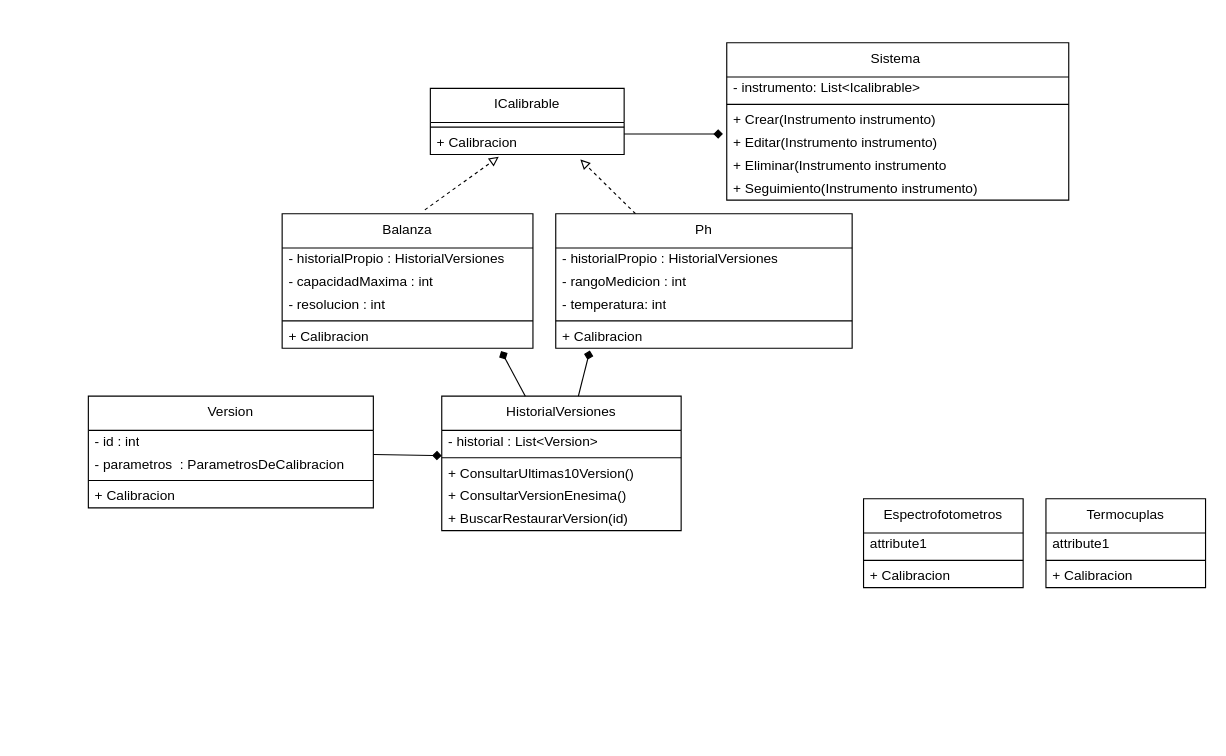
This is clase_24/test1.dio from EdgarSteinberg/programacion-2-repaso, a draw.io file, before an edit. Source tidied: cells renumbered, new cells numbered last; positions are measured from the earlier drawing's top-left corner, leaving out a move shared by most shapes. Both pictures are drawn from the tidied source at 114%, with x=0, y=0 at pixel (88, 42).
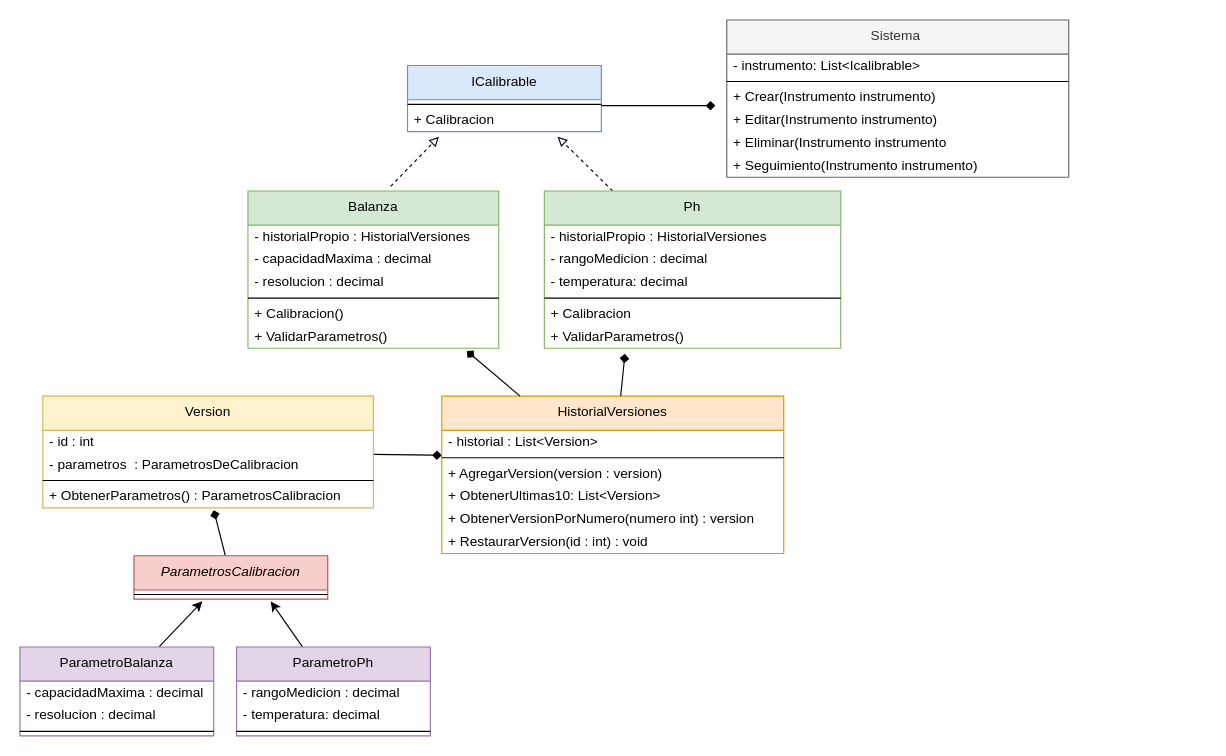
The same diagram, later.

Commit message:
diagrama de clases ejercicio 1 parcial 2

The change refers to these unchanged cells:
```xml
<mxCell id="22" value="+ Calibracion" style="text;html=1;strokeColor=none;fillColor=none;align=left;verticalAlign=middle;spacingLeft=4;spacingRight=4;overflow=hidden;points=[[0,0.5],[1,0.5]];portConstraint=eastwest;whiteSpace=wrap;" parent="17" vertex="1">
  <mxGeometry y="98" width="260" height="20" as="geometry" />
</mxCell>
<mxCell id="33" value="+ Calibracion" style="text;html=1;strokeColor=none;fillColor=none;align=left;verticalAlign=middle;spacingLeft=4;spacingRight=4;overflow=hidden;points=[[0,0.5],[1,0.5]];portConstraint=eastwest;whiteSpace=wrap;" parent="31" vertex="1">
  <mxGeometry y="38" width="170" height="20" as="geometry" />
</mxCell>
```

The edit, as a diff of the source:
```diff
@@
-    <mxCell id="2" value="Sistema&amp;nbsp;" style="swimlane;fontStyle=0;align=center;verticalAlign=top;horizontal=1;startSize=30;html=1;whiteSpace=wrap;" parent="1" vertex="1">
-      <mxGeometry x="560" width="300" height="138" as="geometry" />
+    <mxCell id="2" value="Sistema&amp;nbsp;" style="swimlane;fontStyle=0;align=center;verticalAlign=top;horizontal=1;startSize=30;html=1;whiteSpace=wrap;fillColor=#f5f5f5;fontColor=#333333;strokeColor=#666666;" parent="1" vertex="1">
+      <mxGeometry x="560" y="-20" width="300" height="138" as="geometry" />
     </mxCell>
@@
-    <mxCell id="9" style="edgeStyle=none;html=1;exitX=0.569;exitY=-0.029;exitDx=0;exitDy=0;exitPerimeter=0;dashed=1;endArrow=block;endFill=0;" parent="1" edge="1" source="10">
-      <mxGeometry relative="1" as="geometry">
-        <mxPoint x="360" y="100" as="targetPoint" />
-      </mxGeometry>
+    <mxCell id="9" style="edgeStyle=none;html=1;exitX=0.569;exitY=-0.029;exitDx=0;exitDy=0;exitPerimeter=0;dashed=1;endArrow=block;endFill=0;entryX=0.162;entryY=1.22;entryDx=0;entryDy=0;entryPerimeter=0;" parent="1" edge="1" source="10" target="33">
+      <mxGeometry relative="1" as="geometry" />
     </mxCell>
-    <mxCell id="10" value="Balanza" style="swimlane;fontStyle=0;align=center;verticalAlign=top;horizontal=1;startSize=30;html=1;whiteSpace=wrap;" parent="1" vertex="1">
-      <mxGeometry x="170" y="150" width="220" height="118" as="geometry" />
+    <mxCell id="10" value="Balanza" style="swimlane;fontStyle=0;align=center;verticalAlign=top;horizontal=1;startSize=30;html=1;whiteSpace=wrap;fillColor=#d5e8d4;strokeColor=#82b366;" parent="1" vertex="1">
+      <mxGeometry x="140" y="130" width="220" height="138" as="geometry" />
     </mxCell>
@@
-    <mxCell id="12" value="- capacidadMaxima : int" style="text;html=1;strokeColor=none;fillColor=none;align=left;verticalAlign=middle;spacingLeft=4;spacingRight=4;overflow=hidden;whiteSpace=wrap;" parent="10" vertex="1">
+    <mxCell id="12" value="- capacidadMaxima : decimal" style="text;html=1;strokeColor=none;fillColor=none;align=left;verticalAlign=middle;spacingLeft=4;spacingRight=4;overflow=hidden;whiteSpace=wrap;" parent="10" vertex="1">
       <mxGeometry y="50" width="220" height="20" as="geometry" />
     </mxCell>
-    <mxCell id="13" value="- resolucion : int" style="text;html=1;strokeColor=none;fillColor=none;align=left;verticalAlign=middle;spacingLeft=4;spacingRight=4;overflow=hidden;whiteSpace=wrap;" parent="10" vertex="1">
+    <mxCell id="13" value="- resolucion :&amp;nbsp;&lt;span style=&quot;color: rgb(0, 0, 0);&quot;&gt;decimal&lt;/span&gt;" style="text;html=1;strokeColor=none;fillColor=none;align=left;verticalAlign=middle;spacingLeft=4;spacingRight=4;overflow=hidden;whiteSpace=wrap;" parent="10" vertex="1">
       <mxGeometry y="70" width="220" height="20" as="geometry" />
     </mxCell>
@@
+    <mxCell id="49" value="+ Calibracion()" style="text;html=1;strokeColor=none;fillColor=none;align=left;verticalAlign=middle;spacingLeft=4;spacingRight=4;overflow=hidden;whiteSpace=wrap;" parent="10" vertex="1">
+      <mxGeometry y="98" width="220" height="20" as="geometry" />
+    </mxCell>
-    <mxCell id="15" value="+ Calibracion" style="text;html=1;strokeColor=none;fillColor=none;align=left;verticalAlign=middle;spacingLeft=4;spacingRight=4;overflow=hidden;points=[[0,0.5],[1,0.5]];portConstraint=eastwest;whiteSpace=wrap;" parent="10" vertex="1">
-      <mxGeometry y="98" width="220" height="20" as="geometry" />
+    <mxCell id="15" value="+ ValidarParametros()" style="text;html=1;strokeColor=none;fillColor=none;align=left;verticalAlign=middle;spacingLeft=4;spacingRight=4;overflow=hidden;points=[[0,0.5],[1,0.5]];portConstraint=eastwest;whiteSpace=wrap;" parent="10" vertex="1">
+      <mxGeometry y="118" width="220" height="20" as="geometry" />
     </mxCell>
@@
-    <mxCell id="17" value="Ph" style="swimlane;fontStyle=0;align=center;verticalAlign=top;horizontal=1;startSize=30;html=1;whiteSpace=wrap;" parent="1" vertex="1">
-      <mxGeometry x="410" y="150" width="260" height="118" as="geometry" />
+    <mxCell id="17" value="Ph" style="swimlane;fontStyle=0;align=center;verticalAlign=top;horizontal=1;startSize=30;html=1;whiteSpace=wrap;fillColor=#d5e8d4;strokeColor=#82b366;" parent="1" vertex="1">
+      <mxGeometry x="400" y="130" width="260" height="138" as="geometry" />
     </mxCell>
@@
-    <mxCell id="19" value="- rangoMedicion : int" style="text;html=1;strokeColor=none;fillColor=none;align=left;verticalAlign=middle;spacingLeft=4;spacingRight=4;overflow=hidden;whiteSpace=wrap;" parent="17" vertex="1">
+    <mxCell id="19" value="- rangoMedicion :&amp;nbsp;&lt;span style=&quot;color: rgb(0, 0, 0);&quot;&gt;decimal&lt;/span&gt;" style="text;html=1;strokeColor=none;fillColor=none;align=left;verticalAlign=middle;spacingLeft=4;spacingRight=4;overflow=hidden;whiteSpace=wrap;" parent="17" vertex="1">
       <mxGeometry y="50" width="260" height="20" as="geometry" />
     </mxCell>
-    <mxCell id="20" value="- temperatura: int" style="text;html=1;strokeColor=none;fillColor=none;align=left;verticalAlign=middle;spacingLeft=4;spacingRight=4;overflow=hidden;whiteSpace=wrap;" parent="17" vertex="1">
+    <mxCell id="20" value="- temperatura:&amp;nbsp;&lt;span style=&quot;color: rgb(0, 0, 0);&quot;&gt;decimal&lt;/span&gt;" style="text;html=1;strokeColor=none;fillColor=none;align=left;verticalAlign=middle;spacingLeft=4;spacingRight=4;overflow=hidden;whiteSpace=wrap;" parent="17" vertex="1">
       <mxGeometry y="70" width="260" height="20" as="geometry" />
     </mxCell>
@@
-    <mxCell id="23" value="Espectrofotometros" style="swimlane;fontStyle=0;align=center;verticalAlign=top;horizontal=1;startSize=30;html=1;whiteSpace=wrap;" parent="1" vertex="1">
-      <mxGeometry x="680" y="400" width="140" height="78" as="geometry" />
-    </mxCell>
-    <mxCell id="24" value="attribute1" style="text;html=1;strokeColor=none;fillColor=none;align=left;verticalAlign=middle;spacingLeft=4;spacingRight=4;overflow=hidden;whiteSpace=wrap;" parent="23" vertex="1">
-      <mxGeometry y="30" width="140" height="20" as="geometry" />
-    </mxCell>
-    <mxCell id="25" style="line;strokeWidth=1;fillColor=none;align=left;verticalAlign=middle;spacingTop=-1;spacingLeft=3;spacingRight=3;labelPosition=right;" parent="23" vertex="1">
-      <mxGeometry y="50" width="140" height="8" as="geometry" />
-    </mxCell>
-    <mxCell id="26" value="+ Calibracion" style="text;html=1;strokeColor=none;fillColor=none;align=left;verticalAlign=middle;spacingLeft=4;spacingRight=4;overflow=hidden;whiteSpace=wrap;" parent="23" vertex="1">
-      <mxGeometry y="58" width="140" height="20" as="geometry" />
-    </mxCell>
-    <mxCell id="27" value="Termocuplas" style="swimlane;fontStyle=0;align=center;verticalAlign=top;horizontal=1;startSize=30;html=1;whiteSpace=wrap;" parent="1" vertex="1">
-      <mxGeometry x="840" y="400" width="140" height="78" as="geometry" />
-    </mxCell>
-    <mxCell id="28" value="attribute1" style="text;html=1;strokeColor=none;fillColor=none;align=left;verticalAlign=middle;spacingLeft=4;spacingRight=4;overflow=hidden;whiteSpace=wrap;" parent="27" vertex="1">
-      <mxGeometry y="30" width="140" height="20" as="geometry" />
-    </mxCell>
-    <mxCell id="29" style="line;strokeWidth=1;fillColor=none;align=left;verticalAlign=middle;spacingTop=-1;spacingLeft=3;spacingRight=3;labelPosition=right;" parent="27" vertex="1">
-      <mxGeometry y="50" width="140" height="8" as="geometry" />
-    </mxCell>
-    <mxCell id="30" value="+ Calibracion" style="text;html=1;strokeColor=none;fillColor=none;align=left;verticalAlign=middle;spacingLeft=4;spacingRight=4;overflow=hidden;whiteSpace=wrap;" parent="27" vertex="1">
-      <mxGeometry y="58" width="140" height="20" as="geometry" />
-    </mxCell>
+    <mxCell id="50" value="+ ValidarParametros()" style="text;html=1;strokeColor=none;fillColor=none;align=left;verticalAlign=middle;spacingLeft=4;spacingRight=4;overflow=hidden;points=[[0,0.5],[1,0.5]];portConstraint=eastwest;whiteSpace=wrap;" parent="17" vertex="1">
+      <mxGeometry y="118" width="260" height="20" as="geometry" />
+    </mxCell>
-    <mxCell id="31" value="ICalibrable" style="swimlane;fontStyle=0;align=center;verticalAlign=top;horizontal=1;startSize=30;html=1;whiteSpace=wrap;" parent="1" vertex="1">
-      <mxGeometry x="300" y="40" width="170" height="58" as="geometry" />
+    <mxCell id="31" value="ICalibrable" style="swimlane;fontStyle=0;align=center;verticalAlign=top;horizontal=1;startSize=30;html=1;whiteSpace=wrap;fillColor=#dae8fc;strokeColor=#6c8ebf;" parent="1" vertex="1">
+      <mxGeometry x="280" y="20" width="170" height="58" as="geometry" />
     </mxCell>
@@
-    <mxCell id="35" value="Version" style="swimlane;fontStyle=0;align=center;verticalAlign=top;horizontal=1;startSize=30;html=1;whiteSpace=wrap;" parent="1" vertex="1">
-      <mxGeometry y="310" width="250" height="98" as="geometry" />
+    <mxCell id="35" value="Version" style="swimlane;fontStyle=0;align=center;verticalAlign=top;horizontal=1;startSize=30;html=1;whiteSpace=wrap;fillColor=#fff2cc;strokeColor=#d6b656;" parent="1" vertex="1">
+      <mxGeometry x="-40" y="310" width="290" height="98" as="geometry" />
     </mxCell>
     <mxCell id="36" value="- id : int" style="text;html=1;strokeColor=none;fillColor=none;align=left;verticalAlign=middle;spacingLeft=4;spacingRight=4;overflow=hidden;whiteSpace=wrap;" parent="35" vertex="1">
-      <mxGeometry y="30" width="250" height="20" as="geometry" />
+      <mxGeometry y="30" width="290" height="20" as="geometry" />
     </mxCell>
     <mxCell id="37" value="- parametros&amp;nbsp; : ParametrosDeCalibracion" style="text;html=1;strokeColor=none;fillColor=none;align=left;verticalAlign=middle;spacingLeft=4;spacingRight=4;overflow=hidden;whiteSpace=wrap;" parent="35" vertex="1">
-      <mxGeometry y="50" width="250" height="20" as="geometry" />
+      <mxGeometry y="50" width="290" height="20" as="geometry" />
     </mxCell>
     <mxCell id="38" style="line;strokeWidth=1;fillColor=none;align=left;verticalAlign=middle;spacingTop=-1;spacingLeft=3;spacingRight=3;labelPosition=right;" parent="35" vertex="1">
-      <mxGeometry y="70" width="250" height="8" as="geometry" />
+      <mxGeometry y="70" width="290" height="8" as="geometry" />
     </mxCell>
-    <mxCell id="39" value="+ Calibracion" style="text;html=1;strokeColor=none;fillColor=none;align=left;verticalAlign=middle;spacingLeft=4;spacingRight=4;overflow=hidden;whiteSpace=wrap;" parent="35" vertex="1">
-      <mxGeometry y="78" width="250" height="20" as="geometry" />
+    <mxCell id="39" value="+ ObtenerParametros() : ParametrosCalibracion" style="text;html=1;strokeColor=none;fillColor=none;align=left;verticalAlign=middle;spacingLeft=4;spacingRight=4;overflow=hidden;whiteSpace=wrap;" parent="35" vertex="1">
+      <mxGeometry y="78" width="290" height="20" as="geometry" />
     </mxCell>
-    <mxCell id="40" style="edgeStyle=none;html=1;endArrow=diamond;endFill=1;" parent="1" edge="1">
+    <mxCell id="40" style="edgeStyle=none;html=1;endArrow=diamond;endFill=1;exitX=1;exitY=-0.14;exitDx=0;exitDy=0;exitPerimeter=0;" parent="1" edge="1" source="33">
       <mxGeometry relative="1" as="geometry">
-        <mxPoint x="470" y="80" as="sourcePoint" />
-        <mxPoint x="556.7" y="80" as="targetPoint" />
+        <mxPoint x="550" y="55.2" as="targetPoint" />
       </mxGeometry>
     </mxCell>
-    <mxCell id="41" value="HistorialVersiones" style="swimlane;fontStyle=0;align=center;verticalAlign=top;horizontal=1;startSize=30;html=1;whiteSpace=wrap;" parent="1" vertex="1">
-      <mxGeometry x="310" y="310" width="210" height="118" as="geometry" />
+    <mxCell id="41" value="HistorialVersiones" style="swimlane;fontStyle=0;align=center;verticalAlign=top;horizontal=1;startSize=30;html=1;whiteSpace=wrap;fillColor=#ffe6cc;strokeColor=#d79b00;" parent="1" vertex="1">
+      <mxGeometry x="310" y="310" width="300" height="138" as="geometry" />
     </mxCell>
     <mxCell id="42" value="- historial : List&amp;lt;Version&amp;gt;" style="text;html=1;strokeColor=none;fillColor=none;align=left;verticalAlign=middle;spacingLeft=4;spacingRight=4;overflow=hidden;whiteSpace=wrap;" parent="41" vertex="1">
-      <mxGeometry y="30" width="210" height="20" as="geometry" />
+      <mxGeometry y="30" width="300" height="20" as="geometry" />
     </mxCell>
     <mxCell id="43" style="line;strokeWidth=1;fillColor=none;align=left;verticalAlign=middle;spacingTop=-1;spacingLeft=3;spacingRight=3;labelPosition=right;points=[];portConstraint=eastwest;" parent="41" vertex="1">
-      <mxGeometry y="50" width="210" height="8" as="geometry" />
+      <mxGeometry y="50" width="300" height="8" as="geometry" />
     </mxCell>
+    <mxCell id="51" value="+ AgregarVersion(version : version)" style="text;html=1;strokeColor=none;fillColor=none;align=left;verticalAlign=middle;spacingLeft=4;spacingRight=4;overflow=hidden;whiteSpace=wrap;" parent="41" vertex="1">
+      <mxGeometry y="58" width="300" height="20" as="geometry" />
+    </mxCell>
-    <mxCell id="44" value="+ ConsultarUltimas10Version()" style="text;html=1;strokeColor=none;fillColor=none;align=left;verticalAlign=middle;spacingLeft=4;spacingRight=4;overflow=hidden;whiteSpace=wrap;" parent="41" vertex="1">
-      <mxGeometry y="58" width="210" height="20" as="geometry" />
+    <mxCell id="44" value="+ ObtenerUltimas10: List&amp;lt;Version&amp;gt;" style="text;html=1;strokeColor=none;fillColor=none;align=left;verticalAlign=middle;spacingLeft=4;spacingRight=4;overflow=hidden;whiteSpace=wrap;" parent="41" vertex="1">
+      <mxGeometry y="78" width="300" height="20" as="geometry" />
     </mxCell>
-    <mxCell id="45" value="+ ConsultarVersionEnesima()" style="text;html=1;strokeColor=none;fillColor=none;align=left;verticalAlign=middle;spacingLeft=4;spacingRight=4;overflow=hidden;whiteSpace=wrap;" parent="41" vertex="1">
-      <mxGeometry y="78" width="210" height="20" as="geometry" />
+    <mxCell id="45" value="+ ObtenerVersionPorNumero(numero int) : version" style="text;html=1;strokeColor=none;fillColor=none;align=left;verticalAlign=middle;spacingLeft=4;spacingRight=4;overflow=hidden;whiteSpace=wrap;" parent="41" vertex="1">
+      <mxGeometry y="98" width="300" height="20" as="geometry" />
     </mxCell>
-    <mxCell id="46" value="+ BuscarRestaurarVersion(id)" style="text;html=1;strokeColor=none;fillColor=none;align=left;verticalAlign=middle;spacingLeft=4;spacingRight=4;overflow=hidden;whiteSpace=wrap;" parent="41" vertex="1">
-      <mxGeometry y="98" width="210" height="20" as="geometry" />
+    <mxCell id="46" value="+ RestaurarVersion(id : int) : void" style="text;html=1;strokeColor=none;fillColor=none;align=left;verticalAlign=middle;spacingLeft=4;spacingRight=4;overflow=hidden;whiteSpace=wrap;" parent="41" vertex="1">
+      <mxGeometry y="118" width="300" height="20" as="geometry" />
     </mxCell>
-    <mxCell id="47" style="edgeStyle=none;html=1;entryX=0.115;entryY=1.1;entryDx=0;entryDy=0;entryPerimeter=0;endArrow=diamond;endFill=1;" parent="1" edge="1" source="41" target="22">
+    <mxCell id="47" style="edgeStyle=none;html=1;entryX=0.272;entryY=1.24;entryDx=0;entryDy=0;entryPerimeter=0;endArrow=diamond;endFill=1;" parent="1" edge="1" source="41" target="50">
       <mxGeometry relative="1" as="geometry" />
     </mxCell>
@@
+    <mxCell id="52" style="edgeStyle=none;html=1;endArrow=diamond;endFill=1;" parent="1" edge="1" source="54">
+      <mxGeometry relative="1" as="geometry">
+        <mxPoint x="90" y="530" as="targetPoint" />
+      </mxGeometry>
+    </mxCell>
+    <mxCell id="53" style="edgeStyle=none;html=1;" parent="1" edge="1" source="54">
+      <mxGeometry relative="1" as="geometry">
+        <mxPoint x="100" y="490" as="targetPoint" />
+      </mxGeometry>
+    </mxCell>
+    <mxCell id="54" value="ParametroBalanza" style="swimlane;fontStyle=0;align=center;verticalAlign=top;horizontal=1;startSize=30;html=1;whiteSpace=wrap;fillColor=#e1d5e7;strokeColor=#9673a6;" parent="1" vertex="1">
+      <mxGeometry x="-60" y="530" width="170" height="78" as="geometry" />
+    </mxCell>
+    <mxCell id="55" value="- capacidadMaxima :&amp;nbsp;&lt;span style=&quot;color: rgb(0, 0, 0);&quot;&gt;decimal&lt;/span&gt;" style="text;html=1;strokeColor=none;fillColor=none;align=left;verticalAlign=middle;spacingLeft=4;spacingRight=4;overflow=hidden;whiteSpace=wrap;" parent="54" vertex="1">
+      <mxGeometry y="30" width="170" height="20" as="geometry" />
+    </mxCell>
+    <mxCell id="56" value="- resolucion :&amp;nbsp;&lt;span style=&quot;color: rgb(0, 0, 0);&quot;&gt;decimal&lt;/span&gt;" style="text;html=1;strokeColor=none;fillColor=none;align=left;verticalAlign=middle;spacingLeft=4;spacingRight=4;overflow=hidden;whiteSpace=wrap;" parent="54" vertex="1">
+      <mxGeometry y="50" width="170" height="20" as="geometry" />
+    </mxCell>
+    <mxCell id="57" style="line;strokeWidth=1;fillColor=none;align=left;verticalAlign=middle;spacingTop=-1;spacingLeft=3;spacingRight=3;labelPosition=right;" parent="54" vertex="1">
+      <mxGeometry y="70" width="170" height="8" as="geometry" />
+    </mxCell>
+    <mxCell id="58" style="edgeStyle=none;html=1;endArrow=diamond;endFill=1;" parent="1" edge="1" source="60">
+      <mxGeometry relative="1" as="geometry">
+        <mxPoint x="150" y="530" as="targetPoint" />
+      </mxGeometry>
+    </mxCell>
+    <mxCell id="59" style="edgeStyle=none;html=1;" parent="1" edge="1" source="60">
+      <mxGeometry relative="1" as="geometry">
+        <mxPoint x="160" y="490" as="targetPoint" />
+      </mxGeometry>
+    </mxCell>
+    <mxCell id="60" value="ParametroPh" style="swimlane;fontStyle=0;align=center;verticalAlign=top;horizontal=1;startSize=30;html=1;whiteSpace=wrap;fillColor=#e1d5e7;strokeColor=#9673a6;" parent="1" vertex="1">
+      <mxGeometry x="130" y="530" width="170" height="78" as="geometry" />
+    </mxCell>
+    <mxCell id="61" value="- rangoMedicion :&amp;nbsp;&lt;span style=&quot;color: rgb(0, 0, 0);&quot;&gt;decimal&lt;/span&gt;" style="text;html=1;strokeColor=none;fillColor=none;align=left;verticalAlign=middle;spacingLeft=4;spacingRight=4;overflow=hidden;whiteSpace=wrap;" parent="60" vertex="1">
+      <mxGeometry y="30" width="170" height="20" as="geometry" />
+    </mxCell>
+    <mxCell id="62" value="- temperatura:&amp;nbsp;&lt;span style=&quot;color: rgb(0, 0, 0);&quot;&gt;decimal&lt;/span&gt;" style="text;html=1;strokeColor=none;fillColor=none;align=left;verticalAlign=middle;spacingLeft=4;spacingRight=4;overflow=hidden;whiteSpace=wrap;" parent="60" vertex="1">
+      <mxGeometry y="50" width="170" height="20" as="geometry" />
+    </mxCell>
+    <mxCell id="63" style="line;strokeWidth=1;fillColor=none;align=left;verticalAlign=middle;spacingTop=-1;spacingLeft=3;spacingRight=3;labelPosition=right;" parent="60" vertex="1">
+      <mxGeometry y="70" width="170" height="8" as="geometry" />
+    </mxCell>
+    <mxCell id="64" style="edgeStyle=none;html=1;endArrow=diamond;endFill=1;" parent="1" edge="1" source="65">
+      <mxGeometry relative="1" as="geometry">
+        <mxPoint x="110" y="410" as="targetPoint" />
+      </mxGeometry>
+    </mxCell>
+    <mxCell id="65" value="&lt;i&gt;ParametrosCalibracion&lt;/i&gt;" style="swimlane;fontStyle=0;align=center;verticalAlign=top;horizontal=1;startSize=30;html=1;whiteSpace=wrap;fillColor=#f8cecc;strokeColor=#b85450;" parent="1" vertex="1">
+      <mxGeometry x="40" y="450" width="170" height="38" as="geometry" />
+    </mxCell>
+    <mxCell id="66" style="line;strokeWidth=1;fillColor=none;align=left;verticalAlign=middle;spacingTop=-1;spacingLeft=3;spacingRight=3;labelPosition=right;" parent="65" vertex="1">
+      <mxGeometry y="30" width="170" height="8" as="geometry" />
+    </mxCell>
```
